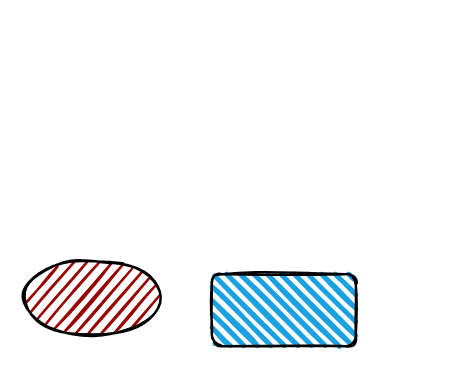
Above: Untitled Diagram.drawio in caitai/draw.io (draw.io), before the change. Source tidied: cells renumbered, new cells numbered last; positions are measured from the earlier drawing's top-left corner, leaving out a move shared by most shapes. Both pictures are drawn from the tidied source at 120%, with x=0, y=0 at pixel (19, 262).
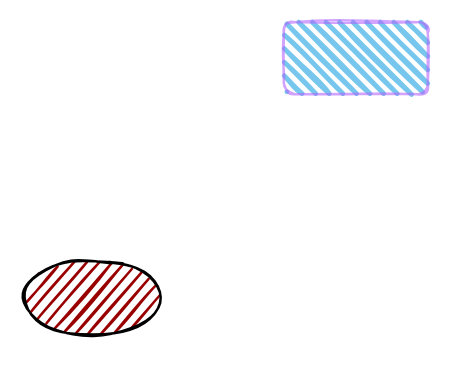
The same page after the edit.

The edit, as a diff of the source:
```diff
@@
 <mxGraphModel>
   <root>
     <mxCell id="0" />
     <mxCell id="1" parent="0" />
-    <mxCell id="2" style="rounded=1;whiteSpace=wrap;html=1;strokeWidth=2;fillWeight=4;hachureGap=8;hachureAngle=45;fillColor=#1ba1e2;sketch=1;" parent="1" vertex="1">
-      <mxGeometry x="160" y="10" width="120" height="60" as="geometry" />
+    <mxCell id="2" style="rounded=1;whiteSpace=wrap;html=1;strokeWidth=2;fillWeight=4;hachureGap=8;hachureAngle=45;fillColor=#1ba1e2;sketch=1;opacity=60;glass=0;shadow=0;labelBorderColor=#99FFFF;labelBackgroundColor=none;fillStyle=auto;gradientColor=none;strokeColor=#B266FF;perimeterSpacing=0;simplification=0;" parent="1" vertex="1">
+      <mxGeometry x="220" y="-200" width="120" height="60" as="geometry" />
     </mxCell>
     <mxCell id="3" style="ellipse;whiteSpace=wrap;html=1;strokeWidth=2;fillWeight=2;hachureGap=8;fillColor=#990000;fillStyle=dots;sketch=1;" parent="1" vertex="1">
       <mxGeometry width="120" height="60" as="geometry" />
     </mxCell>
   </root>
 </mxGraphModel>
```
